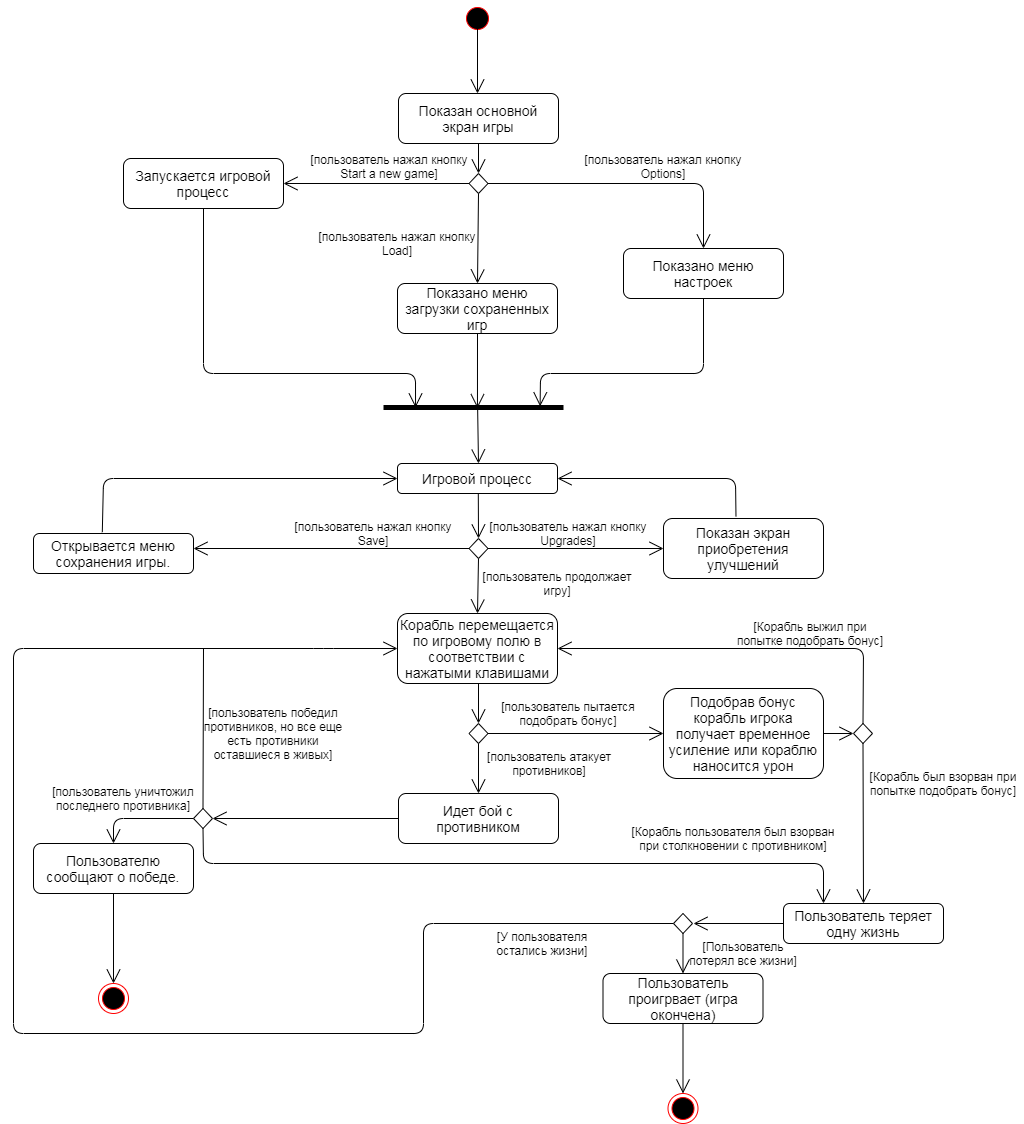
Above: Documentation/diagrams/images/Start_game_activity_diagram.png in Saroko-dnd/Galaxy-Invaders-Game (draw.io), before the change. Source tidied: cells renumbered, new cells last; positions are measured from the earlier drawing's top-left corner, leaving out a move shared by most shapes.
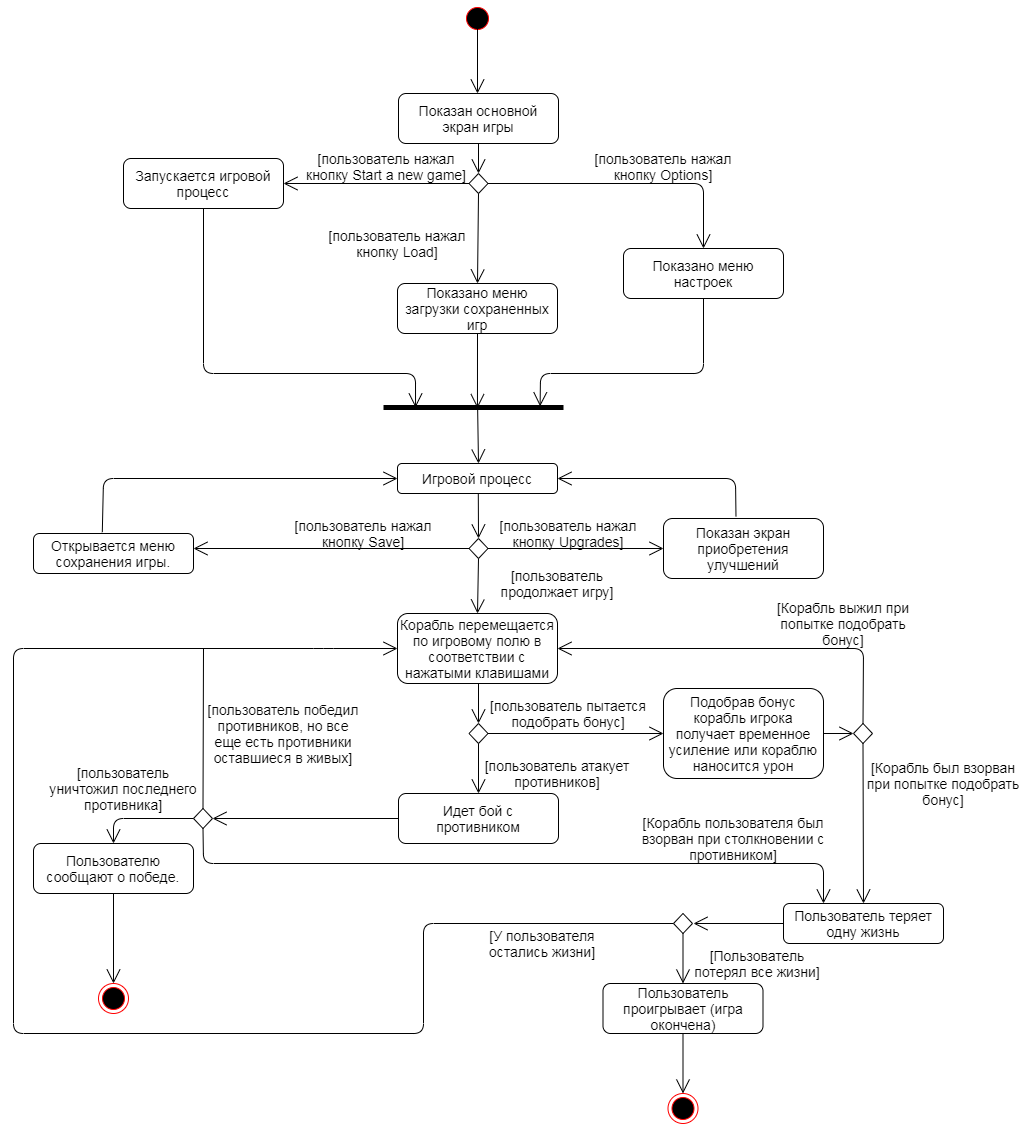
Later version of the same file.

Commit message:
fixed font size in activity diagram

What changed in the source:
```diff
@@ -20,8 +20,8 @@
         <mxPoint x="464" y="90" as="targetPoint" />
       </mxGeometry>
     </mxCell>
-    <mxCell id="7" value="[пользователь нажал кнопку Start a new game]" style="text;html=1;strokeColor=none;fillColor=none;align=center;verticalAlign=middle;whiteSpace=wrap;rounded=0;" parent="1" vertex="1">
-      <mxGeometry x="295.5" y="147.5" width="160" height="30" as="geometry" />
+    <mxCell id="7" value="[пользователь нажал кнопку Start a new game]" style="text;html=1;strokeColor=none;fillColor=none;align=center;verticalAlign=middle;whiteSpace=wrap;rounded=0;fontSize=14;" parent="1" vertex="1">
+      <mxGeometry x="290" y="147.5" width="165.5" height="30" as="geometry" />
     </mxCell>
     <mxCell id="8" style="line;strokeWidth=5;fillColor=none;align=left;verticalAlign=middle;spacingTop=-1;spacingLeft=3;spacingRight=3;labelPosition=right;points=[];portConstraint=eastwest;fontSize=14;" parent="1" vertex="1">
       <mxGeometry x="370" y="400" width="180" height="8" as="geometry" />
@@ -56,10 +56,10 @@
     <mxCell id="16" style="endArrow=open;endFill=1;endSize=12;html=1;fontSize=14;entryX=0.5;entryY=0;entryDx=0;entryDy=0;exitX=0.5;exitY=1;exitDx=0;exitDy=0;" parent="1" edge="1" source="5" target="4">
       <mxGeometry relative="1" as="geometry" />
     </mxCell>
-    <mxCell id="17" value="[пользователь нажал кнопку Load]" style="text;html=1;strokeColor=none;fillColor=none;align=center;verticalAlign=middle;whiteSpace=wrap;rounded=0;" parent="1" vertex="1">
+    <mxCell id="17" value="[пользователь нажал кнопку Load]" style="text;html=1;strokeColor=none;fillColor=none;align=center;verticalAlign=middle;whiteSpace=wrap;rounded=0;fontSize=14;" parent="1" vertex="1">
       <mxGeometry x="304" y="220" width="160" height="40" as="geometry" />
     </mxCell>
-    <mxCell id="18" value="[пользователь нажал кнопку Options]" style="text;html=1;strokeColor=none;fillColor=none;align=center;verticalAlign=middle;whiteSpace=wrap;rounded=0;" parent="1" vertex="1">
+    <mxCell id="18" value="[пользователь нажал кнопку Options]" style="text;html=1;strokeColor=none;fillColor=none;align=center;verticalAlign=middle;whiteSpace=wrap;rounded=0;fontSize=14;" parent="1" vertex="1">
       <mxGeometry x="570" y="135" width="160" height="55" as="geometry" />
     </mxCell>
     <mxCell id="19" style="endArrow=open;endFill=1;endSize=12;html=1;fontSize=14;entryX=0.178;entryY=0.5;entryDx=0;entryDy=0;entryPerimeter=0;exitX=0.5;exitY=1;exitDx=0;exitDy=0;" parent="1" edge="1" source="14" target="8">
@@ -114,10 +114,10 @@
     <mxCell id="30" style="endArrow=open;endFill=1;endSize=12;html=1;fontSize=14;entryX=0.5;entryY=0;entryDx=0;entryDy=0;exitX=0.5;exitY=1;exitDx=0;exitDy=0;" parent="1" edge="1" source="24" target="29">
       <mxGeometry relative="1" as="geometry" />
     </mxCell>
-    <mxCell id="31" value="[пользователь продолжает игру]" style="text;html=1;strokeColor=none;fillColor=none;align=center;verticalAlign=middle;whiteSpace=wrap;rounded=0;" parent="1" vertex="1">
+    <mxCell id="31" value="[пользователь продолжает игру]" style="text;html=1;strokeColor=none;fillColor=none;align=center;verticalAlign=middle;whiteSpace=wrap;rounded=0;fontSize=14;" parent="1" vertex="1">
       <mxGeometry x="464" y="560" width="160" height="40" as="geometry" />
     </mxCell>
-    <mxCell id="32" value="[пользователь нажал кнопку Upgrades]" style="text;html=1;strokeColor=none;fillColor=none;align=center;verticalAlign=middle;whiteSpace=wrap;rounded=0;" parent="1" vertex="1">
+    <mxCell id="32" value="[пользователь нажал кнопку Upgrades]" style="text;html=1;strokeColor=none;fillColor=none;align=center;verticalAlign=middle;whiteSpace=wrap;rounded=0;fontSize=14;" parent="1" vertex="1">
       <mxGeometry x="474.5" y="510" width="160" height="40" as="geometry" />
     </mxCell>
     <mxCell id="33" style="endArrow=open;endFill=1;endSize=12;html=1;fontSize=14;exitX=0;exitY=0.5;exitDx=0;exitDy=0;" parent="1" edge="1" source="24">
@@ -125,8 +125,8 @@
         <mxPoint x="180" y="545" as="targetPoint" />
       </mxGeometry>
     </mxCell>
-    <mxCell id="34" value="[пользователь нажал кнопку Save]" style="text;html=1;strokeColor=none;fillColor=none;align=center;verticalAlign=middle;whiteSpace=wrap;rounded=0;" parent="1" vertex="1">
-      <mxGeometry x="280" y="510" width="160" height="40" as="geometry" />
+    <mxCell id="34" value="[пользователь нажал кнопку Save]" style="text;html=1;strokeColor=none;fillColor=none;align=center;verticalAlign=middle;whiteSpace=wrap;rounded=0;fontSize=14;" parent="1" vertex="1">
+      <mxGeometry x="270" y="510" width="160" height="40" as="geometry" />
     </mxCell>
     <mxCell id="35" value="Открывается меню сохранения игры." style="rounded=1;whiteSpace=wrap;html=1;fontSize=14;" parent="1" vertex="1">
       <mxGeometry x="20" y="530" width="160" height="40" as="geometry" />
@@ -147,7 +147,7 @@
     <mxCell id="39" style="endArrow=open;endFill=1;endSize=12;html=1;fontSize=14;exitX=1;exitY=0.5;exitDx=0;exitDy=0;entryX=0;entryY=0.5;entryDx=0;entryDy=0;" parent="1" edge="1" source="38" target="37">
       <mxGeometry relative="1" as="geometry" />
     </mxCell>
-    <mxCell id="40" value="[пользователь пытается подобрать бонус]" style="text;html=1;strokeColor=none;fillColor=none;align=center;verticalAlign=middle;whiteSpace=wrap;rounded=0;" parent="1" vertex="1">
+    <mxCell id="40" value="[пользователь пытается подобрать бонус]" style="text;html=1;strokeColor=none;fillColor=none;align=center;verticalAlign=middle;whiteSpace=wrap;rounded=0;fontSize=14;" parent="1" vertex="1">
       <mxGeometry x="474.5" y="690" width="160" height="40" as="geometry" />
     </mxCell>
     <mxCell id="41" style="rhombus;whiteSpace=wrap;html=1;fontSize=14;" parent="1" vertex="1">
@@ -163,8 +163,8 @@
         </Array>
       </mxGeometry>
     </mxCell>
-    <mxCell id="44" value="[Корабль выжил при попытке подобрать бонус]" style="text;html=1;strokeColor=none;fillColor=none;align=center;verticalAlign=middle;whiteSpace=wrap;rounded=0;" parent="1" vertex="1">
-      <mxGeometry x="717" y="610" width="160" height="40" as="geometry" />
+    <mxCell id="44" value="[Корабль выжил при попытке подобрать бонус]" style="text;html=1;strokeColor=none;fillColor=none;align=center;verticalAlign=middle;whiteSpace=wrap;rounded=0;fontSize=14;" parent="1" vertex="1">
+      <mxGeometry x="749.5" y="600" width="160" height="40" as="geometry" />
     </mxCell>
     <mxCell id="45" value="Пользователь теряет одну жизнь" style="rounded=1;whiteSpace=wrap;html=1;fontSize=14;" parent="1" vertex="1">
       <mxGeometry x="770" y="900" width="160" height="40" as="geometry" />
@@ -180,8 +180,8 @@
         <mxPoint x="680" y="920" as="targetPoint" />
       </mxGeometry>
     </mxCell>
-    <mxCell id="49" value="Пользователь проигрвает (игра окончена)" style="rounded=1;whiteSpace=wrap;html=1;fontSize=14;" parent="1" vertex="1">
-      <mxGeometry x="589.5" y="970" width="160" height="50" as="geometry" />
+    <mxCell id="49" value="Пользователь проигрывает (игра окончена)" style="rounded=1;whiteSpace=wrap;html=1;fontSize=14;" parent="1" vertex="1">
+      <mxGeometry x="589.5" y="980" width="160" height="50" as="geometry" />
     </mxCell>
     <mxCell id="50" style="endArrow=open;endFill=1;endSize=12;html=1;fontSize=14;entryX=0.5;entryY=0;entryDx=0;entryDy=0;exitX=0.5;exitY=1;exitDx=0;exitDy=0;" parent="1" edge="1" source="47" target="49">
       <mxGeometry relative="1" as="geometry" />
@@ -189,11 +189,11 @@
     <mxCell id="51" style="endArrow=open;endFill=1;endSize=12;html=1;fontSize=14;entryX=0.5;entryY=0;entryDx=0;entryDy=0;exitX=0.5;exitY=1;exitDx=0;exitDy=0;" parent="1" edge="1" source="49" target="2">
       <mxGeometry relative="1" as="geometry" />
     </mxCell>
-    <mxCell id="52" value="[Корабль был взорван при попытке подобрать бонус]" style="text;html=1;strokeColor=none;fillColor=none;align=center;verticalAlign=middle;whiteSpace=wrap;rounded=0;" parent="1" vertex="1">
+    <mxCell id="52" value="[Корабль был взорван при попытке подобрать бонус]" style="text;html=1;strokeColor=none;fillColor=none;align=center;verticalAlign=middle;whiteSpace=wrap;rounded=0;fontSize=14;" parent="1" vertex="1">
       <mxGeometry x="850" y="760" width="160" height="40" as="geometry" />
     </mxCell>
-    <mxCell id="53" value="[Пользователь потерял все жизни]" style="text;html=1;strokeColor=none;fillColor=none;align=center;verticalAlign=middle;whiteSpace=wrap;rounded=0;" parent="1" vertex="1">
-      <mxGeometry x="665" y="930" width="130" height="40" as="geometry" />
+    <mxCell id="53" value="[Пользователь потерял все жизни]" style="text;html=1;strokeColor=none;fillColor=none;align=center;verticalAlign=middle;whiteSpace=wrap;rounded=0;fontSize=14;" parent="1" vertex="1">
+      <mxGeometry x="679" y="940" width="130" height="40" as="geometry" />
     </mxCell>
     <mxCell id="54" style="endArrow=open;endFill=1;endSize=12;html=1;fontSize=14;entryX=0;entryY=0.5;entryDx=0;entryDy=0;exitX=0;exitY=0.5;exitDx=0;exitDy=0;" parent="1" edge="1" source="47" target="29">
       <mxGeometry relative="1" as="geometry">
@@ -206,7 +206,7 @@
         </Array>
       </mxGeometry>
     </mxCell>
-    <mxCell id="55" value="[У пользователя остались жизни]" style="text;html=1;strokeColor=none;fillColor=none;align=center;verticalAlign=middle;whiteSpace=wrap;rounded=0;" parent="1" vertex="1">
+    <mxCell id="55" value="[У пользователя остались жизни]" style="text;html=1;strokeColor=none;fillColor=none;align=center;verticalAlign=middle;whiteSpace=wrap;rounded=0;fontSize=14;" parent="1" vertex="1">
       <mxGeometry x="464" y="920" width="130" height="40" as="geometry" />
     </mxCell>
     <mxCell id="56" value="Идет бой с противником" style="rounded=1;whiteSpace=wrap;html=1;fontSize=14;" parent="1" vertex="1">
@@ -221,18 +221,18 @@
     <mxCell id="59" style="endArrow=open;endFill=1;endSize=12;html=1;fontSize=14;entryX=1;entryY=0.5;entryDx=0;entryDy=0;exitX=0;exitY=0.5;exitDx=0;exitDy=0;" parent="1" edge="1" source="56" target="58">
       <mxGeometry relative="1" as="geometry" />
     </mxCell>
-    <mxCell id="60" value="[пользователь победил противников, но все еще есть противники оставшиеся в живых]" style="text;html=1;strokeColor=none;fillColor=none;align=center;verticalAlign=middle;whiteSpace=wrap;rounded=0;" parent="1" vertex="1">
-      <mxGeometry x="180" y="700" width="160" height="60" as="geometry" />
+    <mxCell id="60" value="[пользователь победил противников, но все еще есть противники оставшиеся в живых]" style="text;html=1;strokeColor=none;fillColor=none;align=center;verticalAlign=middle;whiteSpace=wrap;rounded=0;fontSize=14;" parent="1" vertex="1">
+      <mxGeometry x="190" y="700" width="160" height="60" as="geometry" />
     </mxCell>
     <mxCell id="61" style="endArrow=none;html=1;fontSize=14;exitX=0.5;exitY=0;exitDx=0;exitDy=0;" parent="1" edge="1" source="58">
       <mxGeometry relative="1" as="geometry">
         <mxPoint x="190" y="645" as="targetPoint" />
       </mxGeometry>
     </mxCell>
-    <mxCell id="62" value="[пользователь атакует противников]" style="text;html=1;strokeColor=none;fillColor=none;align=center;verticalAlign=middle;whiteSpace=wrap;rounded=0;" parent="1" vertex="1">
-      <mxGeometry x="455.5" y="740" width="160" height="40" as="geometry" />
+    <mxCell id="62" value="[пользователь атакует противников]" style="text;html=1;strokeColor=none;fillColor=none;align=center;verticalAlign=middle;whiteSpace=wrap;rounded=0;fontSize=14;" parent="1" vertex="1">
+      <mxGeometry x="464" y="750" width="160" height="40" as="geometry" />
     </mxCell>
-    <mxCell id="63" value="[Корабль пользователя был взорван при столкновении с противником]" style="text;html=1;strokeColor=none;fillColor=none;align=center;verticalAlign=middle;whiteSpace=wrap;rounded=0;" parent="1" vertex="1">
+    <mxCell id="63" value="[Корабль пользователя был взорван при столкновении с противником]" style="text;html=1;strokeColor=none;fillColor=none;align=center;verticalAlign=middle;whiteSpace=wrap;rounded=0;fontSize=14;" parent="1" vertex="1">
       <mxGeometry x="610" y="805" width="220" height="60" as="geometry" />
     </mxCell>
     <mxCell id="64" style="endArrow=open;endFill=1;endSize=12;html=1;fontSize=14;entryX=0.25;entryY=0;entryDx=0;entryDy=0;exitX=0.5;exitY=1;exitDx=0;exitDy=0;" parent="1" edge="1" source="58" target="45">
@@ -253,8 +253,8 @@
         </Array>
       </mxGeometry>
     </mxCell>
-    <mxCell id="67" value="[пользователь уничтожил последнего противника]" style="text;html=1;strokeColor=none;fillColor=none;align=center;verticalAlign=middle;whiteSpace=wrap;rounded=0;" parent="1" vertex="1">
-      <mxGeometry x="30" y="775" width="160" height="40" as="geometry" />
+    <mxCell id="67" value="[пользователь уничтожил последнего противника]" style="text;html=1;strokeColor=none;fillColor=none;align=center;verticalAlign=middle;whiteSpace=wrap;rounded=0;fontSize=14;" parent="1" vertex="1">
+      <mxGeometry x="30" y="765" width="160" height="40" as="geometry" />
     </mxCell>
     <mxCell id="68" style="ellipse;html=1;shape=endState;fillColor=#000000;strokeColor=#ff0000;fontSize=14;" parent="1" vertex="1">
       <mxGeometry x="85" y="980" width="30" height="30" as="geometry" />
```
